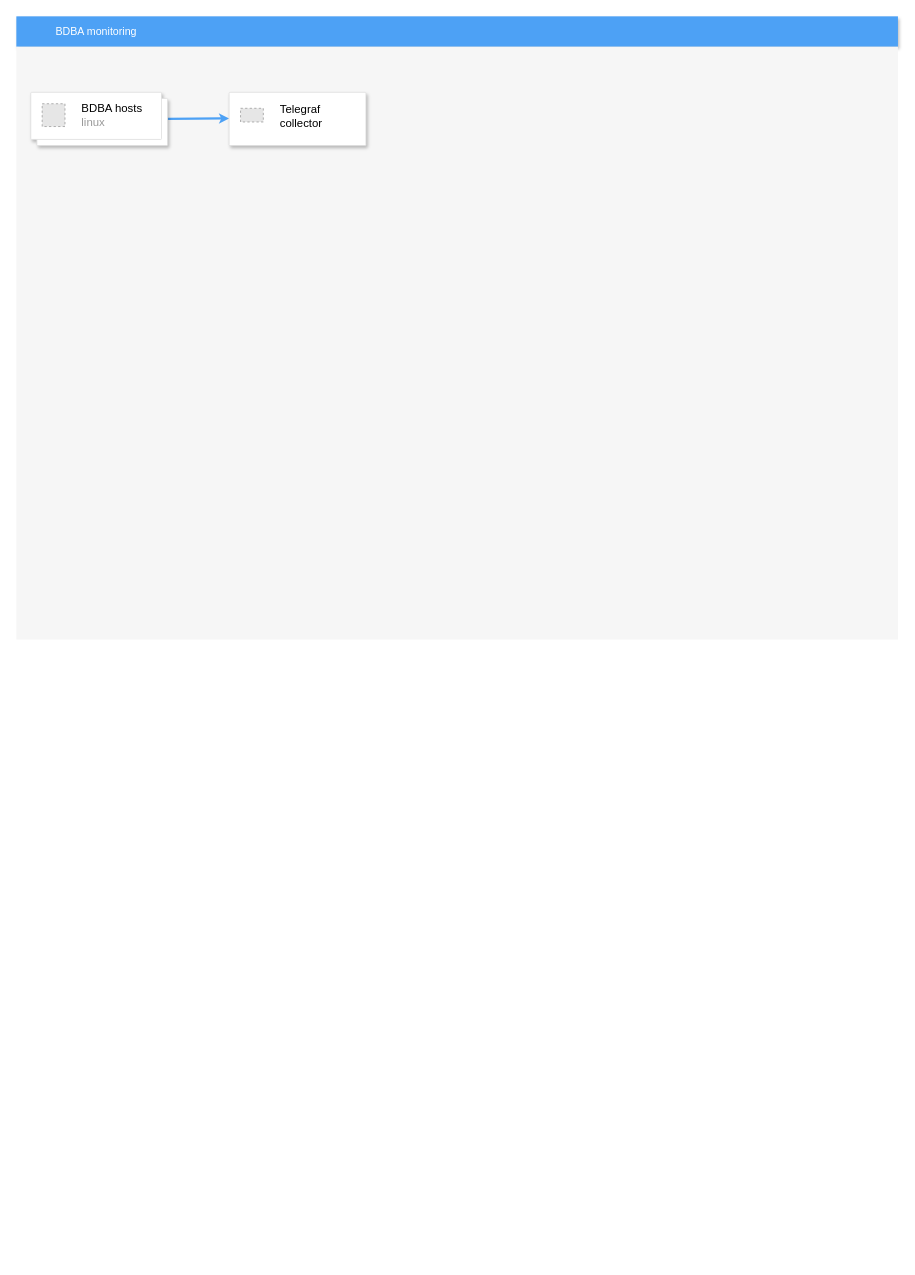
This is elastic_kibana/Untitled Diagram.drawio from faxome/bdba_monitoring, a draw.io file, before an edit. Source tidied: cells renumbered, new cells numbered last; positions are measured from the earlier drawing's top-left corner, leaving out a move shared by most shapes. Both pictures are drawn from the tidied source at 76%, with x=0, y=0 at pixel (16, 16). Pictures stored in the file or linked from it are replaced by grey dashed boxes.
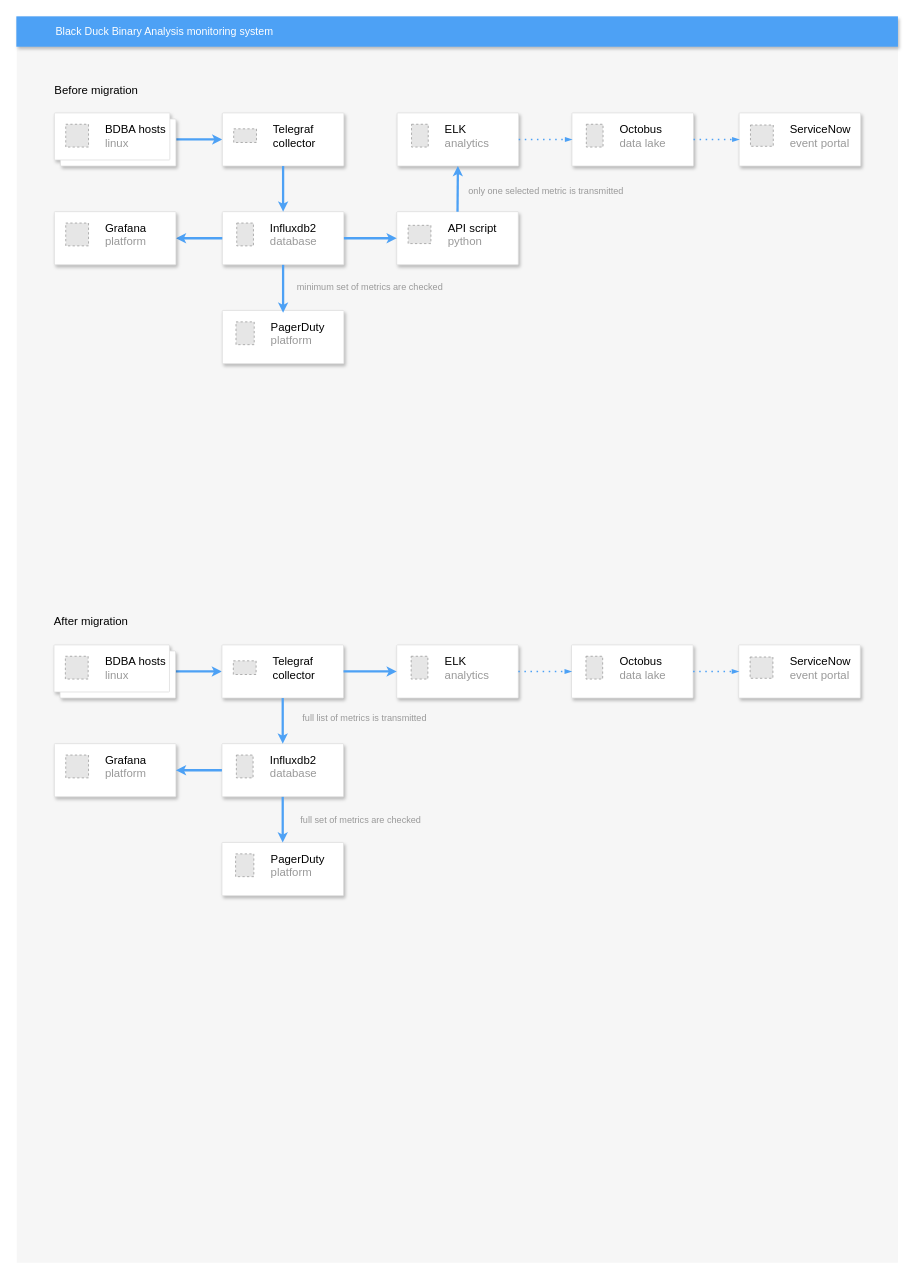
The same page after the edit.

Change to the diagram source:
```diff
@@
-    <mxCell id="2" value="BDBA monitoring&amp;nbsp;" style="fillColor=#4DA1F5;strokeColor=none;shadow=1;gradientColor=none;fontSize=14;align=left;spacingLeft=50;fontColor=#ffffff;html=1;" parent="1" vertex="1">
-      <mxGeometry width="1160" height="40" as="geometry" />
-    </mxCell>
     <mxCell id="3" style="fillColor=#F6F6F6;strokeColor=none;shadow=0;gradientColor=none;fontSize=14;align=left;spacing=10;fontColor=#717171;9E9E9E;verticalAlign=top;spacingTop=-4;fontStyle=0;spacingLeft=40;html=1;" parent="1" vertex="1">
-      <mxGeometry y="40" width="1160" height="780" as="geometry" />
+      <mxGeometry x="0.5" y="40" width="1159.5" height="1600" as="geometry" />
     </mxCell>
-    <mxCell id="4" style="edgeStyle=none;rounded=0;jumpSize=6;jettySize=auto;html=1;exitX=1;exitY=0.5;exitDx=0;exitDy=0;fontSize=15;endSize=4;strokeColor=#4DA1F5;strokeWidth=3;" parent="1" edge="1" source="5">
-      <mxGeometry relative="1" as="geometry">
-        <mxPoint x="280" y="134.3" as="targetPoint" />
-      </mxGeometry>
+    <mxCell id="4" style="edgeStyle=none;rounded=0;jumpSize=6;jettySize=auto;html=1;exitX=1;exitY=0.5;exitDx=0;exitDy=0;fontSize=15;endSize=4;strokeColor=#4DA1F5;strokeWidth=3;" parent="1" edge="1" source="5" target="7">
+      <mxGeometry relative="1" as="geometry" />
     </mxCell>
     <mxCell id="5" style="shape=mxgraph.gcp2.doubleRect;strokeColor=#dddddd;shadow=1;strokeWidth=1;rounded=1;absoluteArcSize=1;arcSize=2;" parent="1" vertex="1">
-      <mxGeometry x="19" y="100" width="180" height="70" as="geometry" />
+      <mxGeometry x="49.5" y="827" width="160" height="70" as="geometry" />
     </mxCell>
@@
     <mxCell id="7" style="strokeColor=#dddddd;shadow=1;strokeWidth=1;rounded=1;absoluteArcSize=1;arcSize=2;fontSize=15;" parent="1" vertex="1">
-      <mxGeometry x="280" y="100" width="180" height="70" as="geometry" />
+      <mxGeometry x="270.5" y="827" width="160" height="70" as="geometry" />
     </mxCell>
@@
+    <mxCell id="9" style="strokeColor=#dddddd;shadow=1;strokeWidth=1;rounded=1;absoluteArcSize=1;arcSize=2;fontSize=15;fontColor=#000000;" parent="1" vertex="1">
+      <mxGeometry x="270.5" y="957" width="160" height="70" as="geometry" />
+    </mxCell>
+    <mxCell id="10" value="&lt;font color=&quot;#000000&quot;&gt;Influxdb2&lt;/font&gt;&lt;br&gt;database" style="fillColor=#E6E6E6;strokeColor=#999999;dashed=1;html=1;fontColor=#999999;verticalLabelPosition=middle;labelBackgroundColor=#ffffff;verticalAlign=middle;labelPosition=right;align=left;spacingLeft=20;fontSize=15;" parent="9" vertex="1">
+      <mxGeometry width="22" height="30" relative="1" as="geometry">
+        <mxPoint x="19" y="15" as="offset" />
+      </mxGeometry>
+    </mxCell>
+    <mxCell id="11" style="edgeStyle=none;rounded=0;jumpSize=6;jettySize=auto;html=1;exitX=0.5;exitY=1;exitDx=0;exitDy=0;fontSize=15;endSize=4;strokeColor=#4DA1F5;strokeWidth=3;entryX=0.5;entryY=0;entryDx=0;entryDy=0;" parent="1" edge="1" source="7" target="9">
+      <mxGeometry relative="1" as="geometry" />
+    </mxCell>
+    <mxCell id="12" style="strokeColor=#dddddd;shadow=1;strokeWidth=1;rounded=1;absoluteArcSize=1;arcSize=2;fontSize=15;fontColor=#000000;" parent="1" vertex="1">
+      <mxGeometry x="500.5" y="827" width="160" height="70" as="geometry" />
+    </mxCell>
+    <mxCell id="13" value="&lt;font color=&quot;#000000&quot;&gt;ELK&lt;/font&gt;&lt;br&gt;analytics" style="fillColor=#E6E6E6;strokeColor=#999999;dashed=1;html=1;fontColor=#999999;verticalLabelPosition=middle;labelBackgroundColor=#ffffff;verticalAlign=middle;labelPosition=right;align=left;spacingLeft=20;fontSize=15;" parent="12" vertex="1">
+      <mxGeometry width="22" height="30" relative="1" as="geometry">
+        <mxPoint x="19" y="15" as="offset" />
+      </mxGeometry>
+    </mxCell>
+    <mxCell id="14" style="edgeStyle=none;rounded=0;jumpSize=6;jettySize=auto;html=1;exitX=1;exitY=0.5;exitDx=0;exitDy=0;fontSize=15;endSize=4;strokeColor=#4DA1F5;strokeWidth=3;entryX=0;entryY=0.5;entryDx=0;entryDy=0;" parent="1" edge="1" source="7" target="12">
+      <mxGeometry relative="1" as="geometry" />
+    </mxCell>
+    <mxCell id="15" style="strokeColor=#dddddd;shadow=1;strokeWidth=1;rounded=1;absoluteArcSize=1;arcSize=2;fontSize=15;fontColor=#000000;" parent="1" vertex="1">
+      <mxGeometry x="730.5" y="827" width="160" height="70" as="geometry" />
+    </mxCell>
+    <mxCell id="16" value="&lt;font color=&quot;#000000&quot;&gt;Octobus&lt;/font&gt;&lt;br&gt;data lake" style="fillColor=#E6E6E6;strokeColor=#999999;dashed=1;html=1;fontColor=#999999;verticalLabelPosition=middle;labelBackgroundColor=#ffffff;verticalAlign=middle;labelPosition=right;align=left;spacingLeft=20;fontSize=15;" parent="15" vertex="1">
+      <mxGeometry width="22" height="30" relative="1" as="geometry">
+        <mxPoint x="19" y="15" as="offset" />
+      </mxGeometry>
+    </mxCell>
+    <mxCell id="17" style="edgeStyle=orthogonalEdgeStyle;fontSize=12;html=1;endArrow=blockThin;endFill=1;rounded=0;strokeWidth=2;endSize=4;startSize=4;dashed=1;dashPattern=1 3;strokeColor=#4DA1F5;fontColor=#000000;jumpSize=6;exitX=1;exitY=0.5;exitDx=0;exitDy=0;entryX=0;entryY=0.5;entryDx=0;entryDy=0;" parent="1" edge="1" source="12" target="15">
+      <mxGeometry relative="1" as="geometry" />
+    </mxCell>
+    <mxCell id="18" style="strokeColor=#dddddd;shadow=1;strokeWidth=1;rounded=1;absoluteArcSize=1;arcSize=2;fontSize=15;fontColor=#000000;" parent="1" vertex="1">
+      <mxGeometry x="950.5" y="827" width="160" height="70" as="geometry" />
+    </mxCell>
+    <mxCell id="19" value="&lt;font color=&quot;#000000&quot;&gt;ServiceNow&lt;/font&gt;&lt;br&gt;event portal" style="fillColor=#E6E6E6;strokeColor=#999999;dashed=1;html=1;fontColor=#999999;verticalLabelPosition=middle;labelBackgroundColor=#ffffff;verticalAlign=middle;labelPosition=right;align=left;spacingLeft=20;fontSize=15;" parent="18" vertex="1">
+      <mxGeometry width="30" height="28" relative="1" as="geometry">
+        <mxPoint x="15" y="16" as="offset" />
+      </mxGeometry>
+    </mxCell>
+    <mxCell id="20" style="edgeStyle=orthogonalEdgeStyle;fontSize=12;html=1;endArrow=blockThin;endFill=1;rounded=0;strokeWidth=2;endSize=4;startSize=4;dashed=1;dashPattern=1 3;strokeColor=#4DA1F5;fontColor=#000000;jumpSize=6;exitX=1;exitY=0.5;exitDx=0;exitDy=0;entryX=0;entryY=0.5;entryDx=0;entryDy=0;" parent="1" edge="1" source="15" target="18">
+      <mxGeometry relative="1" as="geometry" />
+    </mxCell>
+    <mxCell id="2" value="Black Duck Binary Analysis&amp;nbsp;monitoring system&amp;nbsp;" style="fillColor=#4DA1F5;strokeColor=none;shadow=1;gradientColor=none;fontSize=14;align=left;spacingLeft=50;fontColor=#ffffff;html=1;" parent="1" vertex="1">
+      <mxGeometry width="1160" height="40" as="geometry" />
+    </mxCell>
+    <mxCell id="21" style="strokeColor=#dddddd;shadow=1;strokeWidth=1;rounded=1;absoluteArcSize=1;arcSize=2;fontSize=15;fontColor=#000000;" parent="1" vertex="1">
+      <mxGeometry x="270.5" y="1087" width="160" height="70" as="geometry" />
+    </mxCell>
+    <mxCell id="22" value="&lt;font color=&quot;#000000&quot;&gt;PagerDuty&lt;/font&gt;&lt;br&gt;platform" style="fillColor=#E6E6E6;strokeColor=#999999;dashed=1;html=1;fontColor=#999999;verticalLabelPosition=middle;labelBackgroundColor=#ffffff;verticalAlign=middle;labelPosition=right;align=left;spacingLeft=20;fontSize=15;" parent="21" vertex="1">
+      <mxGeometry width="24" height="30" relative="1" as="geometry">
+        <mxPoint x="18" y="15" as="offset" />
+      </mxGeometry>
+    </mxCell>
+    <mxCell id="23" style="edgeStyle=none;rounded=0;jumpSize=6;jettySize=auto;html=1;exitX=1;exitY=0.5;exitDx=0;exitDy=0;fontSize=15;endSize=4;strokeColor=#4DA1F5;strokeWidth=3;" parent="1" edge="1" source="24" target="26">
+      <mxGeometry relative="1" as="geometry" />
+    </mxCell>
+    <mxCell id="24" style="shape=mxgraph.gcp2.doubleRect;strokeColor=#dddddd;shadow=1;strokeWidth=1;rounded=1;absoluteArcSize=1;arcSize=2;" parent="1" vertex="1">
+      <mxGeometry x="50" y="127" width="160" height="70" as="geometry" />
+    </mxCell>
+    <mxCell id="25" value="&lt;font style=&quot;font-size: 15px;&quot;&gt;&lt;font style=&quot;font-size: 15px;&quot; color=&quot;#000000&quot;&gt;BDBA hosts&lt;/font&gt;&lt;br&gt;linux&lt;/font&gt;" style="fillColor=#E6E6E6;strokeColor=#999999;dashed=1;html=1;fontColor=#999999;verticalLabelPosition=middle;labelBackgroundColor=#ffffff;verticalAlign=middle;labelPosition=right;align=left;spacingLeft=20;" parent="24" vertex="1">
+      <mxGeometry width="30" height="30" relative="1" as="geometry">
+        <mxPoint x="15" y="15" as="offset" />
+      </mxGeometry>
+    </mxCell>
+    <mxCell id="26" style="strokeColor=#dddddd;shadow=1;strokeWidth=1;rounded=1;absoluteArcSize=1;arcSize=2;fontSize=15;" parent="1" vertex="1">
+      <mxGeometry x="271" y="127" width="160" height="70" as="geometry" />
+    </mxCell>
+    <mxCell id="27" value="Telegraf&#10;collector" style="fillColor=#E6E6E6;strokeColor=#999999;dashed=1;fontColor=#000000;verticalLabelPosition=middle;labelBackgroundColor=#ffffff;verticalAlign=middle;labelPosition=right;align=left;spacingLeft=20;fontSize=15;" parent="26" vertex="1">
+      <mxGeometry width="30" height="18" relative="1" as="geometry">
+        <mxPoint x="15" y="21" as="offset" />
+      </mxGeometry>
+    </mxCell>
+    <mxCell id="28" style="strokeColor=#dddddd;shadow=1;strokeWidth=1;rounded=1;absoluteArcSize=1;arcSize=2;fontSize=15;fontColor=#000000;" parent="1" vertex="1">
+      <mxGeometry x="271" y="257" width="160" height="70" as="geometry" />
+    </mxCell>
+    <mxCell id="29" value="&lt;font color=&quot;#000000&quot;&gt;Influxdb2&lt;/font&gt;&lt;br&gt;database" style="fillColor=#E6E6E6;strokeColor=#999999;dashed=1;html=1;fontColor=#999999;verticalLabelPosition=middle;labelBackgroundColor=#ffffff;verticalAlign=middle;labelPosition=right;align=left;spacingLeft=20;fontSize=15;" parent="28" vertex="1">
+      <mxGeometry width="22" height="30" relative="1" as="geometry">
+        <mxPoint x="19" y="15" as="offset" />
+      </mxGeometry>
+    </mxCell>
+    <mxCell id="30" style="edgeStyle=none;rounded=0;jumpSize=6;jettySize=auto;html=1;exitX=0.5;exitY=1;exitDx=0;exitDy=0;fontSize=15;endSize=4;strokeColor=#4DA1F5;strokeWidth=3;entryX=0.5;entryY=0;entryDx=0;entryDy=0;" parent="1" edge="1" source="26" target="28">
+      <mxGeometry relative="1" as="geometry" />
+    </mxCell>
+    <mxCell id="31" style="strokeColor=#dddddd;shadow=1;strokeWidth=1;rounded=1;absoluteArcSize=1;arcSize=2;fontSize=15;fontColor=#000000;" parent="1" vertex="1">
+      <mxGeometry x="501" y="127" width="160" height="70" as="geometry" />
+    </mxCell>
+    <mxCell id="32" value="&lt;font color=&quot;#000000&quot;&gt;ELK&lt;/font&gt;&lt;br&gt;analytics" style="fillColor=#E6E6E6;strokeColor=#999999;dashed=1;html=1;fontColor=#999999;verticalLabelPosition=middle;labelBackgroundColor=#ffffff;verticalAlign=middle;labelPosition=right;align=left;spacingLeft=20;fontSize=15;" parent="31" vertex="1">
+      <mxGeometry width="22" height="30" relative="1" as="geometry">
+        <mxPoint x="19" y="15" as="offset" />
+      </mxGeometry>
+    </mxCell>
+    <mxCell id="33" style="strokeColor=#dddddd;shadow=1;strokeWidth=1;rounded=1;absoluteArcSize=1;arcSize=2;fontSize=15;fontColor=#000000;" parent="1" vertex="1">
+      <mxGeometry x="731" y="127" width="160" height="70" as="geometry" />
+    </mxCell>
+    <mxCell id="34" value="&lt;font color=&quot;#000000&quot;&gt;Octobus&lt;/font&gt;&lt;br&gt;data lake" style="fillColor=#E6E6E6;strokeColor=#999999;dashed=1;html=1;fontColor=#999999;verticalLabelPosition=middle;labelBackgroundColor=#ffffff;verticalAlign=middle;labelPosition=right;align=left;spacingLeft=20;fontSize=15;" parent="33" vertex="1">
+      <mxGeometry width="22" height="30" relative="1" as="geometry">
+        <mxPoint x="19" y="15" as="offset" />
+      </mxGeometry>
+    </mxCell>
+    <mxCell id="35" style="edgeStyle=orthogonalEdgeStyle;fontSize=12;html=1;endArrow=blockThin;endFill=1;rounded=0;strokeWidth=2;endSize=4;startSize=4;dashed=1;dashPattern=1 3;strokeColor=#4DA1F5;fontColor=#000000;jumpSize=6;exitX=1;exitY=0.5;exitDx=0;exitDy=0;entryX=0;entryY=0.5;entryDx=0;entryDy=0;" parent="1" edge="1" source="31" target="33">
+      <mxGeometry relative="1" as="geometry" />
+    </mxCell>
+    <mxCell id="36" style="strokeColor=#dddddd;shadow=1;strokeWidth=1;rounded=1;absoluteArcSize=1;arcSize=2;fontSize=15;fontColor=#000000;" parent="1" vertex="1">
+      <mxGeometry x="951" y="127" width="160" height="70" as="geometry" />
+    </mxCell>
+    <mxCell id="37" value="&lt;font color=&quot;#000000&quot;&gt;ServiceNow&lt;/font&gt;&lt;br&gt;event portal" style="fillColor=#E6E6E6;strokeColor=#999999;dashed=1;html=1;fontColor=#999999;verticalLabelPosition=middle;labelBackgroundColor=#ffffff;verticalAlign=middle;labelPosition=right;align=left;spacingLeft=20;fontSize=15;" parent="36" vertex="1">
+      <mxGeometry width="30" height="28" relative="1" as="geometry">
+        <mxPoint x="15" y="16" as="offset" />
+      </mxGeometry>
+    </mxCell>
+    <mxCell id="38" style="edgeStyle=orthogonalEdgeStyle;fontSize=12;html=1;endArrow=blockThin;endFill=1;rounded=0;strokeWidth=2;endSize=4;startSize=4;dashed=1;dashPattern=1 3;strokeColor=#4DA1F5;fontColor=#000000;jumpSize=6;exitX=1;exitY=0.5;exitDx=0;exitDy=0;entryX=0;entryY=0.5;entryDx=0;entryDy=0;" parent="1" edge="1" source="33" target="36">
+      <mxGeometry relative="1" as="geometry" />
+    </mxCell>
+    <mxCell id="39" style="strokeColor=#dddddd;shadow=1;strokeWidth=1;rounded=1;absoluteArcSize=1;arcSize=2;fontSize=15;fontColor=#000000;" parent="1" vertex="1">
+      <mxGeometry x="271" y="387" width="160" height="70" as="geometry" />
+    </mxCell>
+    <mxCell id="40" value="&lt;font color=&quot;#000000&quot;&gt;PagerDuty&lt;/font&gt;&lt;br&gt;platform" style="fillColor=#E6E6E6;strokeColor=#999999;dashed=1;html=1;fontColor=#999999;verticalLabelPosition=middle;labelBackgroundColor=#ffffff;verticalAlign=middle;labelPosition=right;align=left;spacingLeft=20;fontSize=15;" parent="39" vertex="1">
+      <mxGeometry width="24" height="30" relative="1" as="geometry">
+        <mxPoint x="18" y="15" as="offset" />
+      </mxGeometry>
+    </mxCell>
+    <mxCell id="41" style="edgeStyle=none;rounded=0;jumpSize=6;jettySize=auto;html=1;exitX=0.5;exitY=1;exitDx=0;exitDy=0;fontSize=15;endSize=4;strokeColor=#4DA1F5;strokeWidth=3;" parent="39" edge="1" source="28">
+      <mxGeometry relative="1" as="geometry">
+        <mxPoint x="80" y="3" as="targetPoint" />
+      </mxGeometry>
+    </mxCell>
+    <mxCell id="42" style="strokeColor=#dddddd;shadow=1;strokeWidth=1;rounded=1;absoluteArcSize=1;arcSize=2;fontSize=15;fontColor=#000000;" parent="1" vertex="1">
+      <mxGeometry x="500.5" y="257" width="160" height="70" as="geometry" />
+    </mxCell>
+    <mxCell id="43" value="&lt;font color=&quot;#000000&quot;&gt;API script&lt;/font&gt;&lt;br&gt;python" style="fillColor=#E6E6E6;strokeColor=#999999;dashed=1;html=1;fontColor=#999999;verticalLabelPosition=middle;labelBackgroundColor=#ffffff;verticalAlign=middle;labelPosition=right;align=left;spacingLeft=20;fontSize=15;" parent="42" vertex="1">
+      <mxGeometry width="30" height="24" relative="1" as="geometry">
+        <mxPoint x="15" y="18" as="offset" />
+      </mxGeometry>
+    </mxCell>
+    <mxCell id="44" style="edgeStyle=none;rounded=0;jumpSize=6;jettySize=auto;html=1;exitX=1;exitY=0.5;exitDx=0;exitDy=0;fontSize=15;endSize=4;strokeColor=#4DA1F5;strokeWidth=3;entryX=0;entryY=0.5;entryDx=0;entryDy=0;" parent="1" edge="1" source="28" target="42">
+      <mxGeometry relative="1" as="geometry" />
+    </mxCell>
+    <mxCell id="45" value="Before migration" style="text;html=1;align=center;verticalAlign=middle;fillColor=none;strokeColor=none;rounded=0;fontSize=15;fontColor=#000000;" parent="1" vertex="1">
+      <mxGeometry x="40" y="87" width="130" height="20" as="geometry" />
+    </mxCell>
+    <mxCell id="46" style="edgeStyle=none;rounded=0;jumpSize=6;jettySize=auto;html=1;exitX=0.5;exitY=0;exitDx=0;exitDy=0;fontSize=15;endSize=4;strokeColor=#4DA1F5;strokeWidth=3;entryX=0.5;entryY=1;entryDx=0;entryDy=0;" parent="1" edge="1" source="42" target="31">
+      <mxGeometry relative="1" as="geometry" />
+    </mxCell>
+    <mxCell id="47" value="&amp;nbsp;only one selected metric is transmitted" style="text;html=1;align=center;verticalAlign=middle;fillColor=none;strokeColor=none;rounded=0;fontSize=12;fontColor=#999999;" parent="1" vertex="1">
+      <mxGeometry x="585" y="220" width="220" height="20" as="geometry" />
+    </mxCell>
+    <mxCell id="48" value="minimum set of metrics are checked" style="text;html=1;align=center;verticalAlign=middle;fillColor=none;strokeColor=none;rounded=0;fontSize=12;fontColor=#999999;" parent="1" vertex="1">
+      <mxGeometry x="360" y="347" width="210" height="20" as="geometry" />
+    </mxCell>
+    <mxCell id="49" value="After migration" style="text;html=1;align=center;verticalAlign=middle;fillColor=none;strokeColor=none;rounded=0;fontSize=15;fontColor=#000000;" parent="1" vertex="1">
+      <mxGeometry x="43" y="785" width="110" height="20" as="geometry" />
+    </mxCell>
+    <mxCell id="50" value="full set of metrics are checked" style="text;html=1;align=center;verticalAlign=middle;fillColor=none;strokeColor=none;rounded=0;fontSize=12;fontColor=#999999;" parent="1" vertex="1">
+      <mxGeometry x="368" y="1048" width="170" height="20" as="geometry" />
+    </mxCell>
+    <mxCell id="51" value="full list of metrics is transmitted" style="text;html=1;align=center;verticalAlign=middle;fillColor=none;strokeColor=none;rounded=0;fontSize=12;fontColor=#999999;" parent="1" vertex="1">
+      <mxGeometry x="368" y="914" width="180" height="20" as="geometry" />
+    </mxCell>
+    <mxCell id="52" style="edgeStyle=none;rounded=0;jumpSize=6;jettySize=auto;html=1;exitX=0;exitY=0.5;exitDx=0;exitDy=0;fontSize=15;endSize=4;strokeColor=#4DA1F5;strokeWidth=3;" parent="1" edge="1" source="28" target="53">
+      <mxGeometry relative="1" as="geometry" />
+    </mxCell>
+    <mxCell id="53" style="strokeColor=#dddddd;shadow=1;strokeWidth=1;rounded=1;absoluteArcSize=1;arcSize=2;fontSize=15;fontColor=#999999;" parent="1" vertex="1">
+      <mxGeometry x="50" y="257" width="160" height="70" as="geometry" />
+    </mxCell>
+    <mxCell id="54" value="&lt;font color=&quot;#000000&quot;&gt;Grafana&lt;/font&gt;&lt;br&gt;platform" style="fillColor=#E6E6E6;strokeColor=#999999;dashed=1;html=1;fontColor=#999999;verticalLabelPosition=middle;labelBackgroundColor=#ffffff;verticalAlign=middle;labelPosition=right;align=left;spacingLeft=20;fontSize=15;" parent="53" vertex="1">
+      <mxGeometry width="30" height="30" relative="1" as="geometry">
+        <mxPoint x="15" y="15" as="offset" />
+      </mxGeometry>
+    </mxCell>
+    <mxCell id="55" style="strokeColor=#dddddd;shadow=1;strokeWidth=1;rounded=1;absoluteArcSize=1;arcSize=2;fontSize=15;fontColor=#999999;" parent="1" vertex="1">
+      <mxGeometry x="50" y="957" width="160" height="70" as="geometry" />
+    </mxCell>
+    <mxCell id="56" value="&lt;font color=&quot;#000000&quot;&gt;Grafana&lt;/font&gt;&lt;br&gt;platform" style="fillColor=#E6E6E6;strokeColor=#999999;dashed=1;html=1;fontColor=#999999;verticalLabelPosition=middle;labelBackgroundColor=#ffffff;verticalAlign=middle;labelPosition=right;align=left;spacingLeft=20;fontSize=15;" parent="55" vertex="1">
+      <mxGeometry width="30" height="30" relative="1" as="geometry">
+        <mxPoint x="15" y="15" as="offset" />
+      </mxGeometry>
+    </mxCell>
+    <mxCell id="57" style="edgeStyle=none;rounded=0;jumpSize=6;jettySize=auto;html=1;exitX=0;exitY=0.5;exitDx=0;exitDy=0;fontSize=15;endSize=4;strokeColor=#4DA1F5;strokeWidth=3;entryX=1;entryY=0.5;entryDx=0;entryDy=0;" parent="1" edge="1" source="9" target="55">
+      <mxGeometry relative="1" as="geometry" />
+    </mxCell>
+    <mxCell id="58" style="edgeStyle=none;rounded=0;jumpSize=6;jettySize=auto;html=1;exitX=0.5;exitY=1;exitDx=0;exitDy=0;fontSize=15;endSize=4;strokeColor=#4DA1F5;strokeWidth=3;entryX=0.5;entryY=0;entryDx=0;entryDy=0;" parent="1" edge="1" source="9" target="21">
+      <mxGeometry relative="1" as="geometry" />
+    </mxCell>
```
